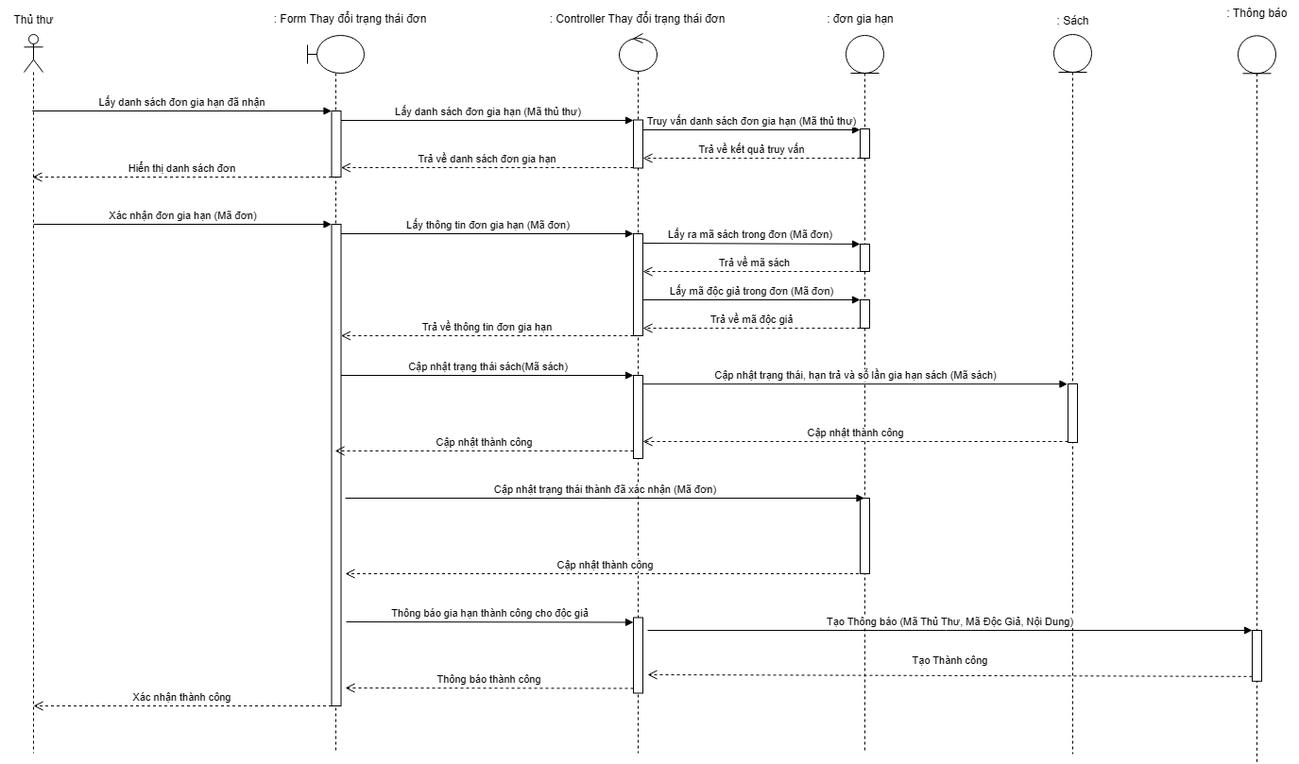
This is Sequence Diagram/UC Gia hạn sách/Actor Thủ thư - Xác nhận đơn gia hạn.png from kimcuongdev/LibrarySystemAD, a draw.io export, as it was before one commit. Source tidied: cells renumbered, new cells last; positions are measured from the earlier drawing's top-left corner, leaving out a move shared by most shapes.
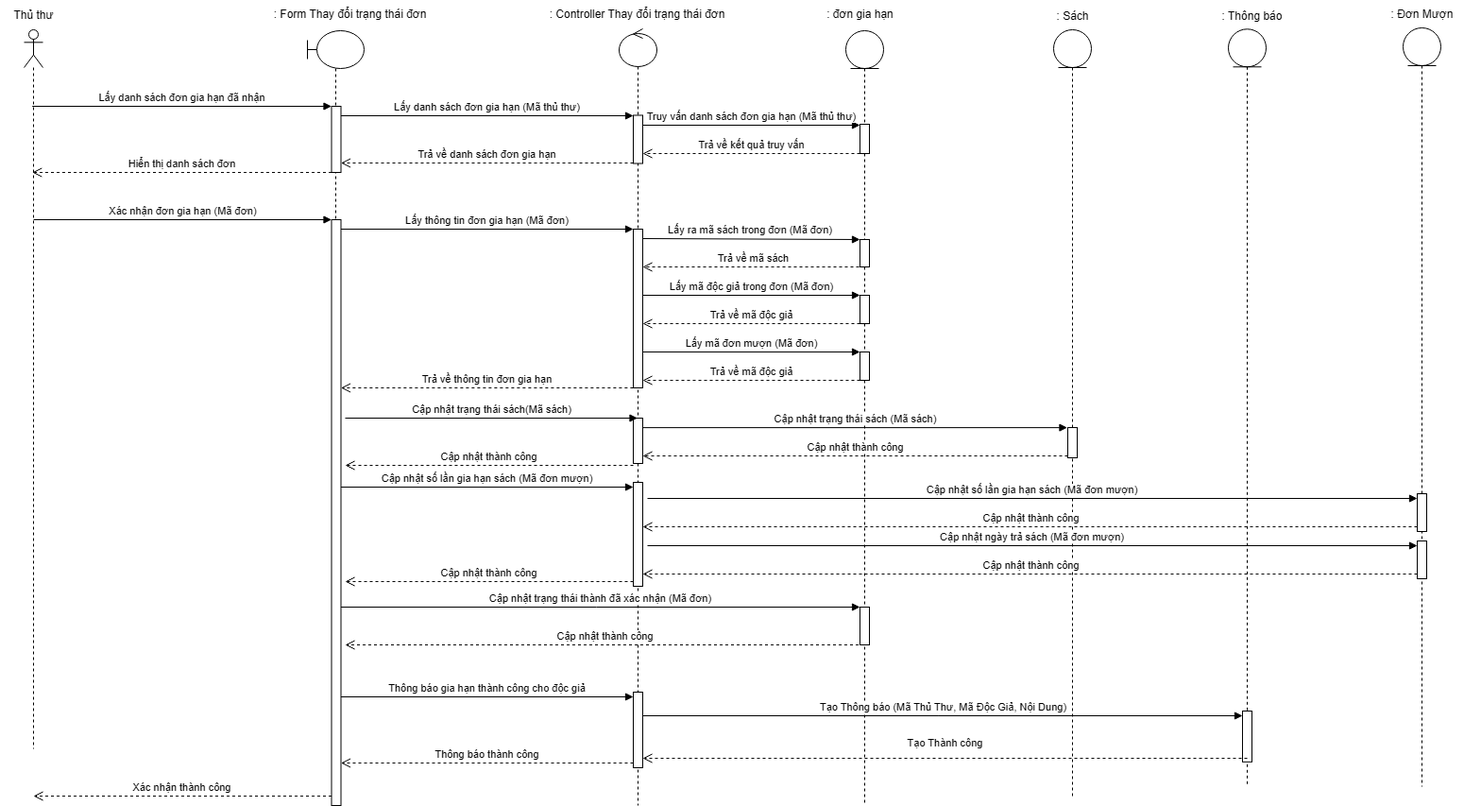
The same file after the commit.

Commit message:
update UC gia han sach

The edit, as a diff of the source:
```diff
@@ -6,7 +6,7 @@
       <mxGeometry x="25" y="37" width="20" height="761" as="geometry" />
     </mxCell>
     <mxCell id="3" style="shape=umlLifeline;perimeter=lifelinePerimeter;whiteSpace=wrap;html=1;newEdgeStyle={&quot;curved&quot;:0,&quot;rounded&quot;:0};participant=umlBoundary;" parent="1" vertex="1">
-      <mxGeometry x="325" y="38" width="60" height="760" as="geometry" />
+      <mxGeometry x="325" y="38" width="60" height="820" as="geometry" />
     </mxCell>
     <mxCell id="4" style="html=1;perimeter=orthogonalPerimeter;targetShapes=umlLifeline;newEdgeStyle={&quot;curved&quot;:0,&quot;rounded&quot;:0};" parent="3" vertex="1">
       <mxGeometry x="25.5" y="80" width="10" height="70" as="geometry" />
@@ -32,25 +32,38 @@
       </mxGeometry>
     </mxCell>
     <mxCell id="9" style="html=1;points=[[0,0,0,0,5],[0,1,0,0,-5],[1,0,0,0,5],[1,1,0,0,-5]];perimeter=orthogonalPerimeter;outlineConnect=0;targetShapes=umlLifeline;portConstraint=eastwest;newEdgeStyle={&quot;curved&quot;:0,&quot;rounded&quot;:0};" parent="3" vertex="1">
-      <mxGeometry x="25.5" y="200" width="10" height="510" as="geometry" />
+      <mxGeometry x="25.5" y="200" width="10" height="620" as="geometry" />
     </mxCell>
     <mxCell id="10" style="shape=umlLifeline;perimeter=lifelinePerimeter;whiteSpace=wrap;html=1;newEdgeStyle={&quot;curved&quot;:0,&quot;rounded&quot;:0};participant=umlControl;" parent="1" vertex="1">
-      <mxGeometry x="655" y="36" width="40" height="762" as="geometry" />
+      <mxGeometry x="655" y="36" width="40" height="822" as="geometry" />
     </mxCell>
     <mxCell id="11" style="html=1;points=[[0,0,0,0,5],[0,1,0,0,-5],[1,0,0,0,5],[1,1,0,0,-5]];perimeter=orthogonalPerimeter;outlineConnect=0;targetShapes=umlLifeline;portConstraint=eastwest;newEdgeStyle={&quot;curved&quot;:0,&quot;rounded&quot;:0};" parent="10" vertex="1">
       <mxGeometry x="15" y="91.5" width="10" height="51" as="geometry" />
     </mxCell>
     <mxCell id="12" style="html=1;points=[[0,0,0,0,5],[0,1,0,0,-5],[1,0,0,0,5],[1,1,0,0,-5]];perimeter=orthogonalPerimeter;outlineConnect=0;targetShapes=umlLifeline;portConstraint=eastwest;newEdgeStyle={&quot;curved&quot;:0,&quot;rounded&quot;:0};" parent="10" vertex="1">
-      <mxGeometry x="15" y="212" width="10" height="108" as="geometry" />
+      <mxGeometry x="15" y="212" width="10" height="168" as="geometry" />
     </mxCell>
     <mxCell id="13" style="html=1;points=[[0,0,0,0,5],[0,1,0,0,-5],[1,0,0,0,5],[1,1,0,0,-5]];perimeter=orthogonalPerimeter;outlineConnect=0;targetShapes=umlLifeline;portConstraint=eastwest;newEdgeStyle={&quot;curved&quot;:0,&quot;rounded&quot;:0};" parent="10" vertex="1">
-      <mxGeometry x="15" y="362" width="10" height="88" as="geometry" />
+      <mxGeometry x="15" y="412" width="10" height="48" as="geometry" />
     </mxCell>
+    <mxCell id="52" style="html=1;points=[[0,0,0,0,5],[0,1,0,0,-5],[1,0,0,0,5],[1,1,0,0,-5]];perimeter=orthogonalPerimeter;outlineConnect=0;targetShapes=umlLifeline;portConstraint=eastwest;newEdgeStyle={&quot;curved&quot;:0,&quot;rounded&quot;:0};" parent="10" vertex="1">
+      <mxGeometry x="15" y="480" width="10" height="110" as="geometry" />
+    </mxCell>
     <mxCell id="14" style="html=1;points=[[0,0,0,0,5],[0,1,0,0,-5],[1,0,0,0,5],[1,1,0,0,-5]];perimeter=orthogonalPerimeter;outlineConnect=0;targetShapes=umlLifeline;portConstraint=eastwest;newEdgeStyle={&quot;curved&quot;:0,&quot;rounded&quot;:0};" parent="10" vertex="1">
-      <mxGeometry x="15" y="618.5" width="10" height="80" as="geometry" />
+      <mxGeometry x="15" y="702" width="10" height="80" as="geometry" />
     </mxCell>
+    <mxCell id="51" value="Thông báo gia hạn thành công cho độc giả" style="html=1;verticalAlign=bottom;endArrow=block;curved=0;rounded=0;entryX=0;entryY=0;entryDx=0;entryDy=5;" parent="10" edge="1" target="14">
+      <mxGeometry relative="1" as="geometry">
+        <mxPoint x="-294.5" y="707" as="sourcePoint" />
+      </mxGeometry>
+    </mxCell>
+    <mxCell id="50" value="Thông báo thành công" style="html=1;verticalAlign=bottom;endArrow=open;dashed=1;endSize=8;curved=0;rounded=0;exitX=0;exitY=1;exitDx=0;exitDy=-5;" parent="10" edge="1" source="14">
+      <mxGeometry relative="1" as="geometry">
+        <mxPoint x="-294.5" y="777" as="targetPoint" />
+      </mxGeometry>
+    </mxCell>
     <mxCell id="15" style="shape=umlLifeline;perimeter=lifelinePerimeter;whiteSpace=wrap;html=1;newEdgeStyle={&quot;curved&quot;:0,&quot;rounded&quot;:0};participant=umlEntity;" parent="1" vertex="1">
-      <mxGeometry x="895" y="38" width="40" height="760" as="geometry" />
+      <mxGeometry x="895" y="38" width="40" height="820" as="geometry" />
     </mxCell>
     <mxCell id="16" style="html=1;perimeter=orthogonalPerimeter;targetShapes=umlLifeline;newEdgeStyle={&quot;curved&quot;:0,&quot;rounded&quot;:0};" parent="15" vertex="1">
       <mxGeometry x="15" y="99" width="10" height="31" as="geometry" />
@@ -70,26 +83,14 @@
         <mxPoint x="-215" y="310" as="targetPoint" />
       </mxGeometry>
     </mxCell>
-    <mxCell id="20" style="html=1;perimeter=orthogonalPerimeter;targetShapes=umlLifeline;newEdgeStyle={&quot;curved&quot;:0,&quot;rounded&quot;:0};" parent="15" vertex="1">
-      <mxGeometry x="15" y="490" width="10" height="80" as="geometry" />
-    </mxCell>
-    <mxCell id="21" value="Cập nhật trạng thái thành đã xác nhận (Mã đơn)" style="html=1;verticalAlign=bottom;endArrow=block;curved=0;rounded=0;entryX=0;entryY=0;entryDx=0;entryDy=5;" parent="15" edge="1">
-      <mxGeometry relative="1" as="geometry">
-        <mxPoint x="-530" y="490" as="sourcePoint" />
-        <mxPoint x="19.5" y="490" as="targetPoint" />
-      </mxGeometry>
-    </mxCell>
-    <mxCell id="22" value="Cập nhật thành công" style="html=1;verticalAlign=bottom;endArrow=open;dashed=1;endSize=8;curved=0;rounded=0;exitX=0;exitY=1;exitDx=0;exitDy=-5;" parent="15" edge="1">
-      <mxGeometry relative="1" as="geometry">
-        <mxPoint x="19.5" y="570" as="sourcePoint" />
-        <mxPoint x="-530" y="570" as="targetPoint" />
-      </mxGeometry>
-    </mxCell>
+    <mxCell id="53" style="html=1;perimeter=orthogonalPerimeter;targetShapes=umlLifeline;newEdgeStyle={&quot;curved&quot;:0,&quot;rounded&quot;:0};" parent="15" vertex="1">
+      <mxGeometry x="15" y="340" width="10" height="30" as="geometry" />
+    </mxCell>
     <mxCell id="23" style="shape=umlLifeline;perimeter=lifelinePerimeter;whiteSpace=wrap;html=1;newEdgeStyle={&quot;curved&quot;:0,&quot;rounded&quot;:0};participant=umlEntity;" parent="1" vertex="1">
-      <mxGeometry x="1115" y="37" width="40" height="762" as="geometry" />
+      <mxGeometry x="1115" y="37" width="40" height="811" as="geometry" />
     </mxCell>
     <mxCell id="24" style="html=1;points=[[0,0,0,0,5],[0,1,0,0,-5],[1,0,0,0,5],[1,1,0,0,-5]];perimeter=orthogonalPerimeter;outlineConnect=0;targetShapes=umlLifeline;portConstraint=eastwest;newEdgeStyle={&quot;curved&quot;:0,&quot;rounded&quot;:0};" parent="23" vertex="1">
-      <mxGeometry x="15" y="370" width="10" height="62" as="geometry" />
+      <mxGeometry x="15" y="421" width="10" height="32" as="geometry" />
     </mxCell>
     <mxCell id="25" value="Thủ thư" style="text;html=1;align=center;verticalAlign=middle;strokeColor=none;fillColor=none;" parent="1" vertex="1">
       <mxGeometry y="7" width="70" height="30" as="geometry" />
@@ -112,9 +113,10 @@
         <mxPoint x="350.5" y="238" as="targetPoint" />
       </mxGeometry>
     </mxCell>
-    <mxCell id="31" value="Xác nhận thành công" style="html=1;verticalAlign=bottom;endArrow=open;dashed=1;endSize=8;curved=0;rounded=0;" parent="1" edge="1" source="9">
+    <mxCell id="31" value="Xác nhận thành công" style="html=1;verticalAlign=bottom;endArrow=open;dashed=1;endSize=8;curved=0;rounded=0;" parent="1" edge="1">
       <mxGeometry relative="1" as="geometry">
-        <mxPoint x="35" y="748" as="targetPoint" />
+        <mxPoint x="350.5" y="848" as="sourcePoint" />
+        <mxPoint x="35" y="848" as="targetPoint" />
       </mxGeometry>
     </mxCell>
     <mxCell id="32" value="Lấy thông tin đơn gia hạn (Mã đơn)" style="html=1;verticalAlign=bottom;endArrow=block;curved=0;rounded=0;" parent="1" edge="1" source="9">
@@ -142,23 +144,25 @@
     <mxCell id="37" value="Trả về thông tin đơn gia hạn" style="html=1;verticalAlign=bottom;endArrow=open;dashed=1;endSize=8;curved=0;rounded=0;exitX=-0.011;exitY=1;exitDx=0;exitDy=0;exitPerimeter=0;" parent="1" edge="1" source="12" target="9">
       <mxGeometry relative="1" as="geometry" />
     </mxCell>
-    <mxCell id="38" value="Cập nhật trạng thái sách(Mã sách)" style="html=1;verticalAlign=bottom;endArrow=block;curved=0;rounded=0;entryX=0;entryY=0;entryDx=0;entryDy=5;" parent="1" edge="1" source="9">
+    <mxCell id="38" value="Cập nhật trạng thái sách(Mã sách)" style="html=1;verticalAlign=bottom;endArrow=block;curved=0;rounded=0;entryX=0;entryY=0;entryDx=0;entryDy=5;" parent="1" edge="1">
       <mxGeometry relative="1" as="geometry">
-        <mxPoint x="670" y="398" as="targetPoint" />
+        <mxPoint x="365" y="448" as="sourcePoint" />
+        <mxPoint x="674.5" y="448" as="targetPoint" />
       </mxGeometry>
     </mxCell>
-    <mxCell id="39" value="Cập nhật trạng thái, hạn trả và số lần gia hạn sách (Mã sách)" style="html=1;verticalAlign=bottom;endArrow=block;curved=0;rounded=0;entryX=-0.053;entryY=0.003;entryDx=0;entryDy=0;entryPerimeter=0;" parent="1" edge="1" source="13" target="24">
+    <mxCell id="39" value="Cập nhật trạng thái sách (Mã sách)" style="html=1;verticalAlign=bottom;endArrow=block;curved=0;rounded=0;entryX=-0.053;entryY=0.003;entryDx=0;entryDy=0;entryPerimeter=0;" parent="1" edge="1" source="13" target="24">
       <mxGeometry relative="1" as="geometry" />
     </mxCell>
-    <mxCell id="40" value="Cập nhật thành công" style="html=1;verticalAlign=bottom;endArrow=open;dashed=1;endSize=8;curved=0;rounded=0;" parent="1" edge="1" source="24">
+    <mxCell id="40" value="Cập nhật thành công" style="html=1;verticalAlign=bottom;endArrow=open;dashed=1;endSize=8;curved=0;rounded=0;" parent="1" edge="1">
       <mxGeometry relative="1" as="geometry">
-        <mxPoint x="680" y="468" as="targetPoint" />
+        <mxPoint x="1130" y="488" as="sourcePoint" />
+        <mxPoint x="680" y="488" as="targetPoint" />
       </mxGeometry>
     </mxCell>
     <mxCell id="41" value="Cập nhật thành công" style="html=1;verticalAlign=bottom;endArrow=open;dashed=1;endSize=8;curved=0;rounded=0;" parent="1" edge="1">
       <mxGeometry relative="1" as="geometry">
-        <mxPoint x="670" y="478" as="sourcePoint" />
-        <mxPoint x="354.1" y="478" as="targetPoint" />
+        <mxPoint x="670" y="498" as="sourcePoint" />
+        <mxPoint x="365" y="498" as="targetPoint" />
       </mxGeometry>
     </mxCell>
     <mxCell id="42" value="Truy vấn danh sách đơn gia hạn (Mã thủ thư)" style="html=1;verticalAlign=bottom;endArrow=block;curved=0;rounded=0;entryX=0;entryY=0;entryDx=0;entryDy=5;" parent="1" edge="1">
@@ -174,36 +178,90 @@
       </mxGeometry>
     </mxCell>
     <mxCell id="44" style="group;" parent="1" vertex="1">
-      <mxGeometry x="1295" y="8" width="80" height="800" as="geometry" />
+      <mxGeometry x="1285" y="6" width="80" height="830" as="geometry" />
     </mxCell>
     <mxCell id="45" style="shape=umlLifeline;perimeter=lifelinePerimeter;whiteSpace=wrap;html=1;newEdgeStyle={&quot;curved&quot;:0,&quot;rounded&quot;:0};participant=umlEntity;" parent="44" vertex="1">
-      <mxGeometry x="15" y="30.3" width="40" height="769.7" as="geometry" />
+      <mxGeometry x="15" y="30.3" width="40" height="799.7" as="geometry" />
     </mxCell>
     <mxCell id="46" value=": Thông báo" style="text;html=1;align=center;verticalAlign=middle;strokeColor=none;fillColor=none;" parent="44" vertex="1">
-      <mxGeometry x="-10" y="-7.8" width="90" height="30" as="geometry" />
+      <mxGeometry x="-5" y="2" width="90" height="30" as="geometry" />
     </mxCell>
     <mxCell id="47" style="html=1;points=[[0,0,0,0,5],[0,1,0,0,-5],[1,0,0,0,5],[1,1,0,0,-5]];perimeter=orthogonalPerimeter;outlineConnect=0;targetShapes=umlLifeline;portConstraint=eastwest;newEdgeStyle={&quot;curved&quot;:0,&quot;rounded&quot;:0};" parent="44" vertex="1">
-      <mxGeometry x="30" y="660" width="10" height="53.8" as="geometry" />
+      <mxGeometry x="30" y="752" width="10" height="53.8" as="geometry" />
     </mxCell>
-    <mxCell id="48" value="Tạo Thông báo (Mã Thủ Thư, Mã Độc Giả, Nội Dung)" style="html=1;verticalAlign=bottom;endArrow=block;curved=0;rounded=0;" parent="1" edge="1" target="47">
-      <mxGeometry relative="1" as="geometry">
-        <mxPoint x="685" y="668" as="sourcePoint" />
-      </mxGeometry>
+    <mxCell id="48" value="Tạo Thông báo (Mã Thủ Thư, Mã Độc Giả, Nội Dung)" style="html=1;verticalAlign=bottom;endArrow=block;curved=0;rounded=0;entryX=0;entryY=0;entryDx=0;entryDy=5;entryPerimeter=0;" parent="1" edge="1" source="14" target="47">
+      <mxGeometry relative="1" as="geometry" />
     </mxCell>
-    <mxCell id="49" value="Tạo Thành công" style="html=1;verticalAlign=bottom;endArrow=open;dashed=1;endSize=8;curved=0;rounded=0;exitX=0;exitY=1;exitDx=0;exitDy=-5;" parent="1" edge="1" source="47">
+    <mxCell id="49" value="Tạo Thành công" style="html=1;verticalAlign=bottom;endArrow=open;dashed=1;endSize=8;curved=0;rounded=0;exitX=0;exitY=1;exitDx=0;exitDy=-5;" parent="1" edge="1">
       <mxGeometry y="-7" relative="1" as="geometry">
-        <mxPoint x="685" y="715" as="targetPoint" />
+        <mxPoint x="1320" y="808" as="sourcePoint" />
+        <mxPoint x="680" y="808" as="targetPoint" />
       </mxGeometry>
     </mxCell>
-    <mxCell id="50" value="Thông báo thành công" style="html=1;verticalAlign=bottom;endArrow=open;dashed=1;endSize=8;curved=0;rounded=0;exitX=0;exitY=1;exitDx=0;exitDy=-5;" parent="1" edge="1" source="14">
-      <mxGeometry relative="1" as="geometry">
-        <mxPoint x="365" y="729" as="targetPoint" />
-      </mxGeometry>
-    </mxCell>
-    <mxCell id="51" value="Thông báo gia hạn thành công cho độc giả" style="html=1;verticalAlign=bottom;endArrow=block;curved=0;rounded=0;entryX=0;entryY=0;entryDx=0;entryDy=5;" parent="1" edge="1" target="14">
-      <mxGeometry relative="1" as="geometry">
-        <mxPoint x="366" y="659" as="sourcePoint" />
-      </mxGeometry>
-    </mxCell>
+    <mxCell id="54" value="Lấy mã đơn mượn (Mã đơn)" style="html=1;verticalAlign=bottom;endArrow=block;curved=0;rounded=0;entryX=0;entryY=0;entryDx=0;entryDy=5;" parent="1" edge="1">
+      <mxGeometry relative="1" as="geometry">
+        <mxPoint x="680" y="378" as="sourcePoint" />
+        <mxPoint x="910" y="378" as="targetPoint" />
+      </mxGeometry>
+    </mxCell>
+    <mxCell id="55" value="Trả về mã độc giả" style="html=1;verticalAlign=bottom;endArrow=open;dashed=1;endSize=8;curved=0;rounded=0;exitX=0;exitY=1;exitDx=0;exitDy=-5;" parent="1" edge="1">
+      <mxGeometry relative="1" as="geometry">
+        <mxPoint x="910" y="408" as="sourcePoint" />
+        <mxPoint x="680" y="408" as="targetPoint" />
+      </mxGeometry>
+    </mxCell>
+    <mxCell id="20" style="html=1;perimeter=orthogonalPerimeter;targetShapes=umlLifeline;newEdgeStyle={&quot;curved&quot;:0,&quot;rounded&quot;:0};" parent="1" vertex="1">
+      <mxGeometry x="910" y="648" width="10" height="40" as="geometry" />
+    </mxCell>
+    <mxCell id="21" value="Cập nhật trạng thái thành đã xác nhận (Mã đơn)" style="html=1;verticalAlign=bottom;endArrow=block;curved=0;rounded=0;entryX=0;entryY=0;entryDx=0;entryDy=5;" parent="1" edge="1">
+      <mxGeometry relative="1" as="geometry">
+        <mxPoint x="360.5" y="648" as="sourcePoint" />
+        <mxPoint x="910" y="648" as="targetPoint" />
+      </mxGeometry>
+    </mxCell>
+    <mxCell id="22" value="Cập nhật thành công" style="html=1;verticalAlign=bottom;endArrow=open;dashed=1;endSize=8;curved=0;rounded=0;exitX=0;exitY=1;exitDx=0;exitDy=-5;" parent="1" edge="1">
+      <mxGeometry relative="1" as="geometry">
+        <mxPoint x="914.5" y="688" as="sourcePoint" />
+        <mxPoint x="365" y="688" as="targetPoint" />
+      </mxGeometry>
+    </mxCell>
+    <mxCell id="56" style="shape=umlLifeline;perimeter=lifelinePerimeter;whiteSpace=wrap;html=1;newEdgeStyle={&quot;curved&quot;:0,&quot;rounded&quot;:0};participant=umlEntity;" parent="1" vertex="1">
+      <mxGeometry x="1485" y="35" width="40" height="803" as="geometry" />
+    </mxCell>
+    <mxCell id="57" style="html=1;points=[[0,0,0,0,5],[0,1,0,0,-5],[1,0,0,0,5],[1,1,0,0,-5]];perimeter=orthogonalPerimeter;outlineConnect=0;targetShapes=umlLifeline;portConstraint=eastwest;newEdgeStyle={&quot;curved&quot;:0,&quot;rounded&quot;:0};" parent="56" vertex="1">
+      <mxGeometry x="15" y="493" width="10" height="40" as="geometry" />
+    </mxCell>
+    <mxCell id="58" style="html=1;points=[[0,0,0,0,5],[0,1,0,0,-5],[1,0,0,0,5],[1,1,0,0,-5]];perimeter=orthogonalPerimeter;outlineConnect=0;targetShapes=umlLifeline;portConstraint=eastwest;newEdgeStyle={&quot;curved&quot;:0,&quot;rounded&quot;:0};" parent="56" vertex="1">
+      <mxGeometry x="15" y="543" width="10" height="40" as="geometry" />
+    </mxCell>
+    <mxCell id="59" value="Cập nhật ngày trả sách (Mã đơn mượn)" style="html=1;verticalAlign=bottom;endArrow=block;curved=0;rounded=0;entryX=0;entryY=0;entryDx=0;entryDy=5;" parent="56" edge="1" target="58">
+      <mxGeometry relative="1" as="geometry">
+        <mxPoint x="-800" y="548" as="sourcePoint" />
+      </mxGeometry>
+    </mxCell>
+    <mxCell id="60" value="Cập nhật thành công" style="html=1;verticalAlign=bottom;endArrow=open;dashed=1;endSize=8;curved=0;rounded=0;exitX=0;exitY=1;exitDx=0;exitDy=-5;" parent="56" edge="1" source="58">
+      <mxGeometry relative="1" as="geometry">
+        <mxPoint x="-805" y="578" as="targetPoint" />
+      </mxGeometry>
+    </mxCell>
+    <mxCell id="61" value=": Đơn Mượn" style="text;html=1;align=center;verticalAlign=middle;strokeColor=none;fillColor=none;" parent="1" vertex="1">
+      <mxGeometry x="1460" y="6" width="90" height="30" as="geometry" />
+    </mxCell>
+    <mxCell id="62" value="Cập nhật số lần gia hạn sách (Mã đơn mượn)" style="html=1;verticalAlign=bottom;endArrow=block;curved=0;rounded=0;entryX=0;entryY=0;entryDx=0;entryDy=5;" parent="1" edge="1" source="9" target="52">
+      <mxGeometry relative="1" as="geometry" />
+    </mxCell>
+    <mxCell id="63" value="Cập nhật thành công" style="html=1;verticalAlign=bottom;endArrow=open;dashed=1;endSize=8;curved=0;rounded=0;exitX=0;exitY=1;exitDx=0;exitDy=-5;" parent="1" edge="1" source="52">
+      <mxGeometry relative="1" as="geometry">
+        <mxPoint x="365" y="621" as="targetPoint" />
+      </mxGeometry>
+    </mxCell>
+    <mxCell id="64" value="Cập nhật số lần gia hạn sách (Mã đơn mượn)" style="html=1;verticalAlign=bottom;endArrow=block;curved=0;rounded=0;entryX=0;entryY=0;entryDx=0;entryDy=5;" parent="1" edge="1" target="57">
+      <mxGeometry relative="1" as="geometry">
+        <mxPoint x="685" y="533" as="sourcePoint" />
+      </mxGeometry>
+    </mxCell>
+    <mxCell id="65" value="Cập nhật thành công" style="html=1;verticalAlign=bottom;endArrow=open;dashed=1;endSize=8;curved=0;rounded=0;exitX=0;exitY=1;exitDx=0;exitDy=-5;" parent="1" edge="1" source="57" target="52">
+      <mxGeometry relative="1" as="geometry" />
+    </mxCell>
   </root>
 </mxGraphModel>
```
